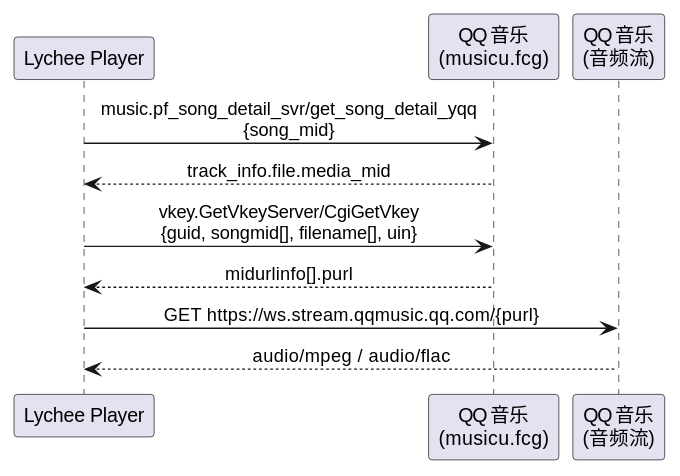
This is diagram/prov-play.svg from 54m43lJ/LycheePlayer, a PlantUML export, as it was before one commit.
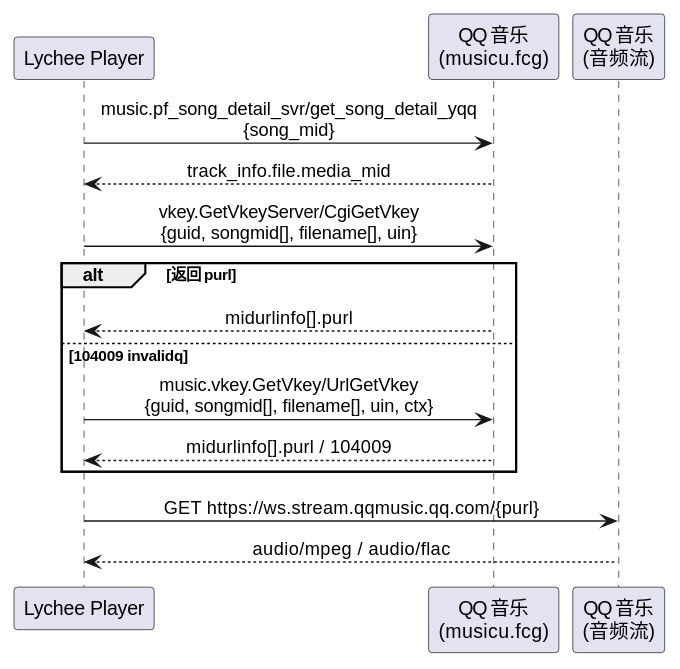
After the change.

Diff of the diagram source:
```diff
@@ -9,7 +9,12 @@
 APP -> API : music.pf_song_detail_svr/get_song_detail_yqq\n{song_mid}
 API --> APP : track_info.file.media_mid
 APP -> API : vkey.GetVkeyServer/CgiGetVkey\n{guid, songmid[], filename[], uin}
-API --> APP : midurlinfo[].purl
+alt 返回 purl
+  API --> APP : midurlinfo[].purl
+else 104009 invalidq
+  APP -> API : music.vkey.GetVkey/UrlGetVkey\n{guid, songmid[], filename[], uin, ctx}
+  API --> APP : midurlinfo[].purl / 104009
+end
 APP -> STREAM : GET https://ws.stream.qqmusic.qq.com/{purl}
 STREAM --> APP : audio/mpeg / audio/flac
 @enduml
```
